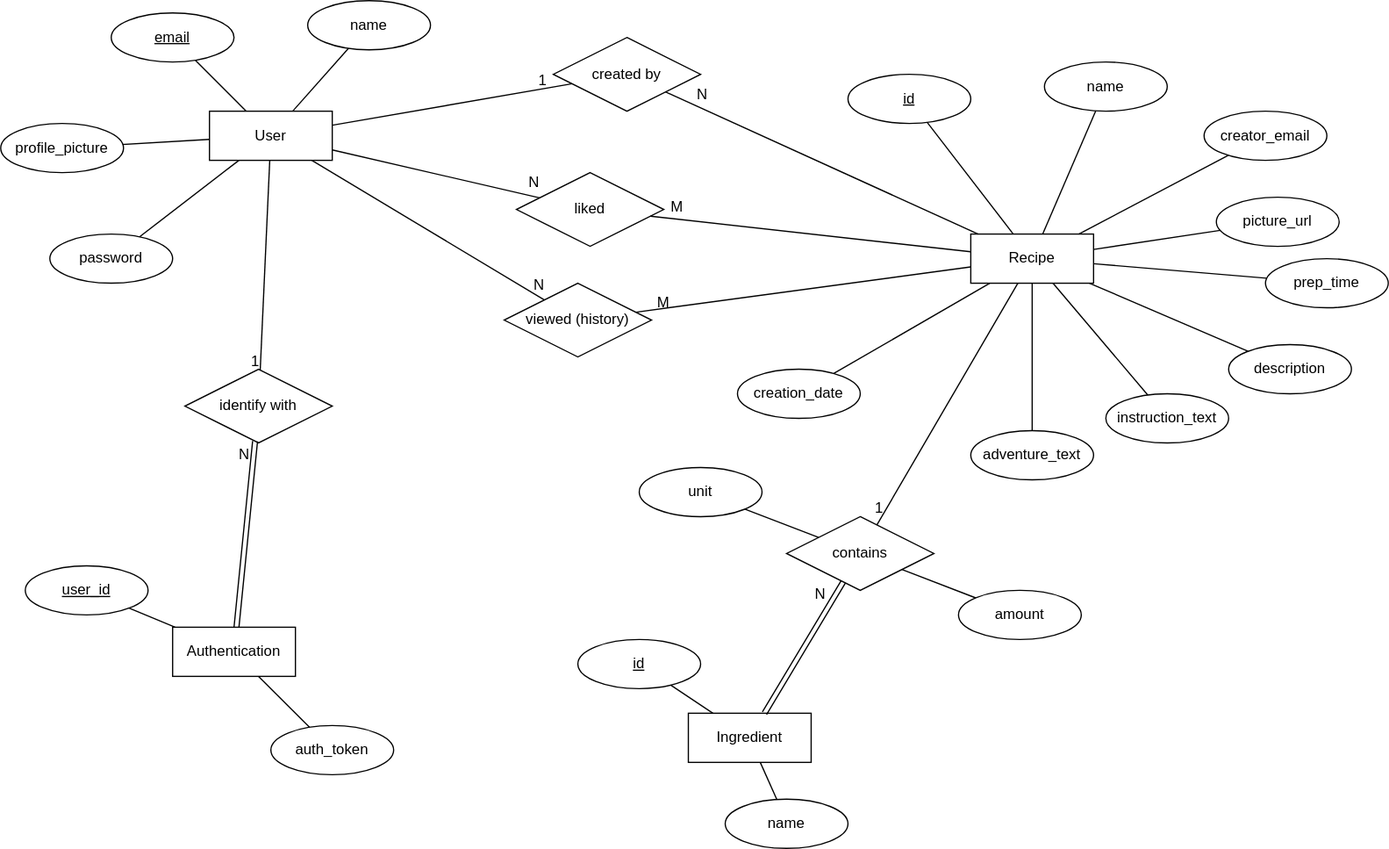
This is Project_Doc/Diagrams/er-diagram.drawio.svg from SE-TINF22B6/CookHub, a draw.io export, as it was before one commit. Source tidied: cells renumbered, new cells last; positions are measured from the earlier drawing's top-left corner, leaving out a move shared by most shapes.
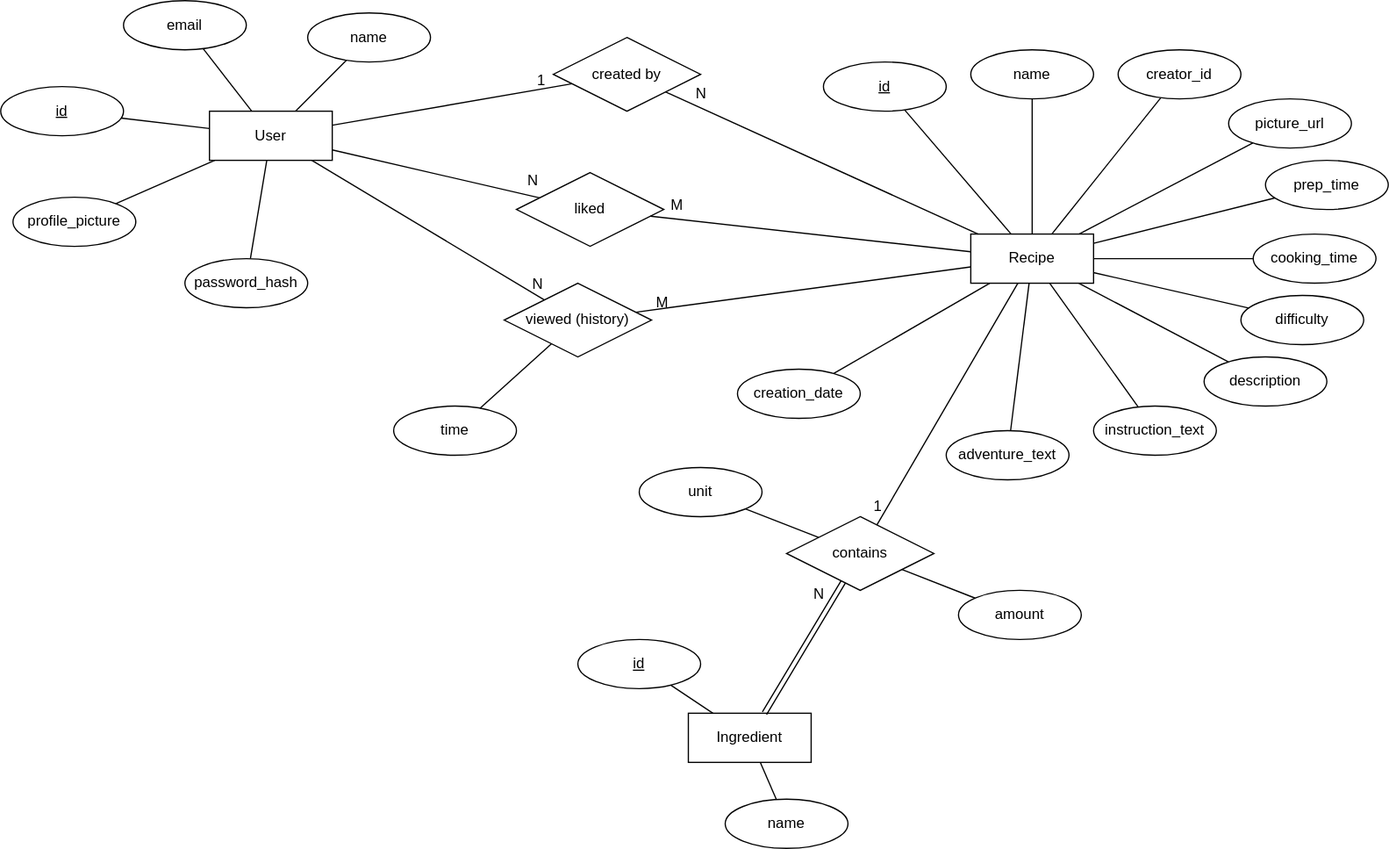
The same file after the commit.

Diff of the diagram source:
```diff
@@ -26,62 +26,62 @@
     <mxCell id="9" value="Ingredient" style="whiteSpace=wrap;html=1;align=center;" parent="1" vertex="1">
       <mxGeometry x="560" y="580" width="100" height="40" as="geometry" />
     </mxCell>
-    <mxCell id="10" value="email" style="ellipse;whiteSpace=wrap;html=1;align=center;fontStyle=4;" parent="1" vertex="1">
-      <mxGeometry x="90" y="10" width="100" height="40" as="geometry" />
+    <mxCell id="10" value="id" style="ellipse;whiteSpace=wrap;html=1;align=center;fontStyle=4;" parent="1" vertex="1">
+      <mxGeometry y="70" width="100" height="40" as="geometry" />
     </mxCell>
     <mxCell id="11" value="name" style="ellipse;whiteSpace=wrap;html=1;align=center;" parent="1" vertex="1">
-      <mxGeometry x="250" width="100" height="40" as="geometry" />
+      <mxGeometry x="250" y="10" width="100" height="40" as="geometry" />
     </mxCell>
-    <mxCell id="12" value="password" style="ellipse;whiteSpace=wrap;html=1;align=center;" parent="1" vertex="1">
-      <mxGeometry x="40" y="190" width="100" height="40" as="geometry" />
+    <mxCell id="12" value="password_hash" style="ellipse;whiteSpace=wrap;html=1;align=center;" parent="1" vertex="1">
+      <mxGeometry x="150" y="210" width="100" height="40" as="geometry" />
     </mxCell>
     <mxCell id="13" style="rounded=0;jettySize=auto;html=1;exitX=0.5;exitY=0.5;exitDx=0;exitDy=0;endArrow=none;endFill=0;exitPerimeter=0;" parent="1" edge="1" source="14" target="5">
       <mxGeometry relative="1" as="geometry" />
     </mxCell>
     <mxCell id="14" value="profile_picture" style="ellipse;whiteSpace=wrap;html=1;align=center;" parent="1" vertex="1">
-      <mxGeometry y="100" width="100" height="40" as="geometry" />
+      <mxGeometry x="10" y="160" width="100" height="40" as="geometry" />
     </mxCell>
     <mxCell id="15" style="rounded=0;jettySize=auto;html=1;endArrow=none;endFill=0;" parent="1" edge="1" source="16" target="8">
       <mxGeometry relative="1" as="geometry" />
     </mxCell>
     <mxCell id="16" value="id" style="ellipse;whiteSpace=wrap;html=1;align=center;fontStyle=4;" parent="1" vertex="1">
-      <mxGeometry x="690" y="60" width="100" height="40" as="geometry" />
+      <mxGeometry x="670" y="50" width="100" height="40" as="geometry" />
     </mxCell>
     <mxCell id="17" style="rounded=0;jettySize=auto;html=1;endArrow=none;endFill=0;" parent="1" edge="1" source="18" target="8">
       <mxGeometry relative="1" as="geometry" />
     </mxCell>
     <mxCell id="18" value="name" style="ellipse;whiteSpace=wrap;html=1;align=center;" parent="1" vertex="1">
-      <mxGeometry x="850" y="50" width="100" height="40" as="geometry" />
+      <mxGeometry x="790" y="40" width="100" height="40" as="geometry" />
     </mxCell>
     <mxCell id="19" style="rounded=0;jettySize=auto;html=1;endArrow=none;endFill=0;" parent="1" edge="1" source="20" target="8">
       <mxGeometry relative="1" as="geometry" />
     </mxCell>
-    <mxCell id="20" value="creator_email" style="ellipse;whiteSpace=wrap;html=1;align=center;" parent="1" vertex="1">
-      <mxGeometry x="980" y="90" width="100" height="40" as="geometry" />
+    <mxCell id="20" value="creator_id" style="ellipse;whiteSpace=wrap;html=1;align=center;" parent="1" vertex="1">
+      <mxGeometry x="910" y="40" width="100" height="40" as="geometry" />
     </mxCell>
     <mxCell id="21" value="picture_url" style="ellipse;whiteSpace=wrap;html=1;align=center;" parent="1" vertex="1">
-      <mxGeometry x="990" y="160" width="100" height="40" as="geometry" />
+      <mxGeometry x="1000" y="80" width="100" height="40" as="geometry" />
     </mxCell>
     <mxCell id="22" value="prep_time" style="ellipse;whiteSpace=wrap;html=1;align=center;" parent="1" vertex="1">
-      <mxGeometry x="1030" y="210" width="100" height="40" as="geometry" />
+      <mxGeometry x="1030" y="130" width="100" height="40" as="geometry" />
     </mxCell>
     <mxCell id="23" style="rounded=0;jettySize=auto;html=1;endArrow=none;endFill=0;" parent="1" edge="1" source="24" target="8">
       <mxGeometry relative="1" as="geometry" />
     </mxCell>
     <mxCell id="24" value="description" style="ellipse;whiteSpace=wrap;html=1;align=center;" parent="1" vertex="1">
-      <mxGeometry x="1000" y="280" width="100" height="40" as="geometry" />
+      <mxGeometry x="980" y="290" width="100" height="40" as="geometry" />
     </mxCell>
     <mxCell id="25" style="rounded=0;jettySize=auto;html=1;endArrow=none;endFill=0;" parent="1" edge="1" source="26" target="8">
       <mxGeometry relative="1" as="geometry" />
     </mxCell>
     <mxCell id="26" value="instruction_text" style="ellipse;whiteSpace=wrap;html=1;align=center;" parent="1" vertex="1">
-      <mxGeometry x="900" y="320" width="100" height="40" as="geometry" />
+      <mxGeometry x="890" y="330" width="100" height="40" as="geometry" />
     </mxCell>
     <mxCell id="27" style="rounded=0;jettySize=auto;html=1;endArrow=none;endFill=0;" parent="1" edge="1" source="28" target="8">
       <mxGeometry relative="1" as="geometry" />
     </mxCell>
     <mxCell id="28" value="adventure_text" style="ellipse;whiteSpace=wrap;html=1;align=center;" parent="1" vertex="1">
-      <mxGeometry x="790" y="350" width="100" height="40" as="geometry" />
+      <mxGeometry x="770" y="350" width="100" height="40" as="geometry" />
     </mxCell>
     <mxCell id="29" style="rounded=0;jettySize=auto;html=1;endArrow=none;endFill=0;" parent="1" edge="1" source="30" target="9">
       <mxGeometry relative="1" as="geometry" />
@@ -183,43 +183,35 @@
         <mxPoint x="6" y="-7" as="offset" />
       </mxGeometry>
     </mxCell>
-    <mxCell id="57" style="rounded=0;jettySize=auto;html=1;endArrow=none;endFill=0;" parent="1" edge="1" source="58" target="61">
-      <mxGeometry relative="1" as="geometry" />
-    </mxCell>
-    <mxCell id="58" value="Authentication" style="whiteSpace=wrap;html=1;align=center;" parent="1" vertex="1">
-      <mxGeometry x="140" y="510" width="100" height="40" as="geometry" />
-    </mxCell>
-    <mxCell id="59" style="rounded=0;jettySize=auto;html=1;endArrow=none;endFill=0;" parent="1" edge="1" source="60" target="58">
-      <mxGeometry relative="1" as="geometry" />
-    </mxCell>
-    <mxCell id="60" value="&lt;u&gt;user_id&lt;/u&gt;" style="ellipse;whiteSpace=wrap;html=1;align=center;" parent="1" vertex="1">
-      <mxGeometry x="20" y="460" width="100" height="40" as="geometry" />
-    </mxCell>
-    <mxCell id="61" value="auth_token" style="ellipse;whiteSpace=wrap;html=1;align=center;" parent="1" vertex="1">
-      <mxGeometry x="220" y="590" width="100" height="40" as="geometry" />
-    </mxCell>
-    <mxCell id="62" value="identify with" style="shape=rhombus;perimeter=rhombusPerimeter;whiteSpace=wrap;html=1;align=center;" parent="1" vertex="1">
-      <mxGeometry x="150" y="300" width="120" height="60" as="geometry" />
-    </mxCell>
-    <mxCell id="63" style="endArrow=none;html=1;rounded=0;" parent="1" edge="1" source="5" target="62">
-      <mxGeometry relative="1" as="geometry" />
-    </mxCell>
-    <mxCell id="64" value="1" style="html=1;whiteSpace=wrap;align=right;verticalAlign=bottom;" parent="63" vertex="1">
-      <mxGeometry x="1" relative="1" as="geometry" />
-    </mxCell>
     <mxCell id="65" style="rounded=0;jettySize=auto;html=1;endArrow=none;endFill=0;" parent="1" edge="1" source="66" target="8">
       <mxGeometry relative="1" as="geometry" />
     </mxCell>
     <mxCell id="66" value="creation_date" style="ellipse;whiteSpace=wrap;html=1;align=center;" parent="1" vertex="1">
       <mxGeometry x="600" y="300" width="100" height="40" as="geometry" />
     </mxCell>
-    <mxCell id="67" style="shape=link;html=1;rounded=0;" parent="1" edge="1" source="58" target="62">
-      <mxGeometry relative="1" as="geometry" />
-    </mxCell>
-    <mxCell id="68" value="N" style="html=1;whiteSpace=wrap;align=right;verticalAlign=bottom;" parent="67" vertex="1">
-      <mxGeometry x="1" relative="1" as="geometry">
-        <mxPoint x="-4" y="18" as="offset" />
-      </mxGeometry>
-    </mxCell>
+    <mxCell id="69" value="time" style="ellipse;whiteSpace=wrap;html=1;align=center;" parent="1" vertex="1">
+      <mxGeometry x="320" y="330" width="100" height="40" as="geometry" />
+    </mxCell>
+    <mxCell id="70" style="endArrow=none;html=1;rounded=0;" parent="1" edge="1" source="69" target="47">
+      <mxGeometry relative="1" as="geometry" />
+    </mxCell>
+    <mxCell id="71" value="cooking_time" style="ellipse;whiteSpace=wrap;html=1;align=center;" parent="1" vertex="1">
+      <mxGeometry x="1020" y="190" width="100" height="40" as="geometry" />
+    </mxCell>
+    <mxCell id="72" style="rounded=0;jettySize=auto;html=1;endArrow=none;endFill=0;" parent="1" edge="1" source="8" target="71">
+      <mxGeometry relative="1" as="geometry" />
+    </mxCell>
+    <mxCell id="73" style="rounded=0;jettySize=auto;html=1;endArrow=none;endFill=0;" parent="1" edge="1" source="5" target="74">
+      <mxGeometry relative="1" as="geometry" />
+    </mxCell>
+    <mxCell id="74" value="email" style="ellipse;whiteSpace=wrap;html=1;align=center;" parent="1" vertex="1">
+      <mxGeometry x="100" width="100" height="40" as="geometry" />
+    </mxCell>
+    <mxCell id="75" value="difficulty" style="ellipse;whiteSpace=wrap;html=1;align=center;" parent="1" vertex="1">
+      <mxGeometry x="1010" y="240" width="100" height="40" as="geometry" />
+    </mxCell>
+    <mxCell id="76" style="rounded=0;jettySize=auto;html=1;endArrow=none;endFill=0;" parent="1" edge="1" source="75" target="8">
+      <mxGeometry relative="1" as="geometry" />
+    </mxCell>
   </root>
 </mxGraphModel>
```
